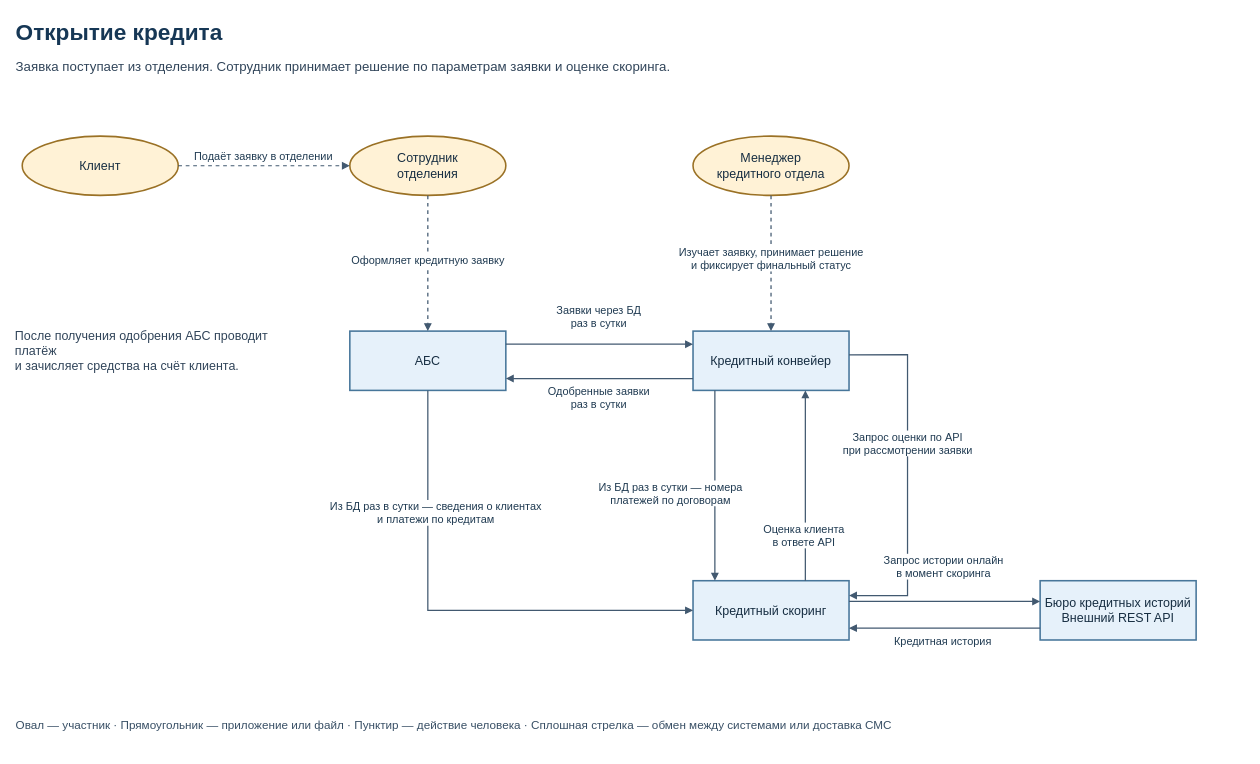
This is page "Открытие кредита" (2 of 2) of Task1/application-integrations.drawio from avitamin/architecture-pro-standart, a draw.io file, before an edit. Source tidied: cells renumbered, new cells numbered last; positions are measured from the earlier drawing's top-left corner, leaving out a move shared by most shapes. Both pictures are drawn from the tidied source at 78%, with x=0, y=0 at pixel (13, 13).
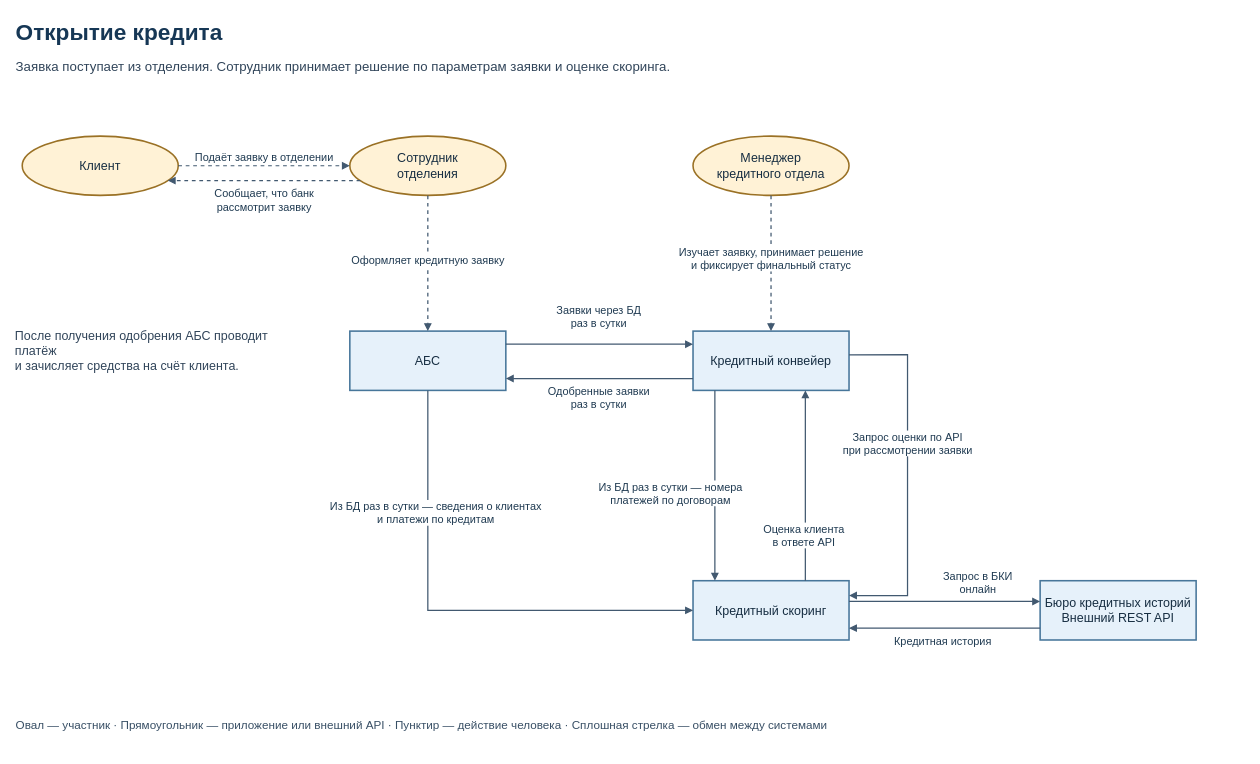
Above is the later version.

Unchanged cells that the change refers to:
```xml
<mxCell id="5" value="Клиент" style="ellipse;fillColor=#fff2d6;strokeColor=#9a7125;strokeWidth=2;fontSize=16;fontColor=#172e42;html=1;whiteSpace=wrap;fontFamily=Arial;" parent="1" vertex="1">
  <mxGeometry x="11" y="157" width="200" height="76" as="geometry" />
</mxCell>
<mxCell id="6" value="Сотрудник&lt;br&gt;отделения" style="ellipse;fillColor=#fff2d6;strokeColor=#9a7125;strokeWidth=2;fontSize=16;fontColor=#172e42;html=1;whiteSpace=wrap;fontFamily=Arial;" parent="1" vertex="1">
  <mxGeometry x="431" y="157" width="200" height="76" as="geometry" />
</mxCell>
<mxCell id="10" value="Кредитный скоринг" style="rounded=0;fillColor=#e6f1fa;strokeColor=#47769a;strokeWidth=2;fontSize=16;fontColor=#172e42;html=1;whiteSpace=wrap;fontFamily=Arial;" parent="1" vertex="1">
  <mxGeometry x="871" y="727" width="200" height="76" as="geometry" />
</mxCell>
<mxCell id="11" value="Бюро кредитных историй&lt;br&gt;Внешний REST API" style="rounded=0;fillColor=#e6f1fa;strokeColor=#47769a;strokeWidth=2;fontSize=16;fontColor=#172e42;html=1;whiteSpace=wrap;fontFamily=Arial;" parent="1" vertex="1">
  <mxGeometry x="1316" y="727" width="200" height="76" as="geometry" />
</mxCell>
```

Diff of the diagram source:
```diff
@@
-    <mxCell id="4" value="Овал — участник     ·     Прямоугольник — приложение или файл     ·     Пунктир — действие человека     ·     Сплошная стрелка — обмен между системами или доставка СМС" style="text;align=left;fontSize=15;fontColor=#384f65;html=1;whiteSpace=wrap;fontFamily=Arial;" parent="1" vertex="1">
+    <mxCell id="4" value="Овал — участник     ·     Прямоугольник — приложение или внешний API     ·     Пунктир — действие человека     ·     Сплошная стрелка — обмен между системами" style="text;align=left;fontSize=15;fontColor=#384f65;html=1;whiteSpace=wrap;fontFamily=Arial;" parent="1" vertex="1">
       <mxGeometry x="1" y="897" width="1580" height="48" as="geometry" />
     </mxCell>
@@
     <mxCell id="12" value="Подаёт заявку в отделении" style="exitX=1;exitY=0.5;entryX=0;entryY=0.5;exitPerimeter=1;entryPerimeter=1;rounded=0;endArrow=block;endFill=1;html=1;strokeWidth=1.6;strokeColor=#425970;dashed=1;fontSize=14;fontFamily=Arial;labelBackgroundColor=#ffffff;fontColor=#203b52;" parent="1" edge="1" source="5" target="6">
       <mxGeometry relative="1" as="geometry">
-        <mxPoint x="-1" y="-12" as="offset" />
+        <mxPoint y="-11" as="offset" />
       </mxGeometry>
     </mxCell>
@@
-    <mxCell id="22" value="Запрос истории онлайн&lt;br&gt;в момент скоринга" style="exitX=1;exitY=0.35;entryX=0;entryY=0.35;exitPerimeter=1;entryPerimeter=1;rounded=0;endArrow=block;endFill=1;html=1;strokeWidth=1.6;strokeColor=#425970;dashed=0;fontSize=14;fontFamily=Arial;labelBackgroundColor=#ffffff;fontColor=#203b52;" parent="1" edge="1" source="10" target="11">
+    <mxCell id="22" value="Запрос в БКИ&lt;br&gt;онлайн" style="exitX=1;exitY=0.35;entryX=0;entryY=0.35;exitPerimeter=1;entryPerimeter=1;rounded=0;endArrow=block;endFill=1;html=1;strokeWidth=1.6;strokeColor=#425970;dashed=0;fontSize=14;fontFamily=Arial;labelBackgroundColor=#ffffff;fontColor=#203b52;" parent="1" edge="1" source="10" target="11">
       <mxGeometry relative="1" as="geometry">
-        <mxPoint x="-2" y="-45" as="offset" />
+        <mxPoint x="42" y="-25" as="offset" />
       </mxGeometry>
     </mxCell>
@@
+    <mxCell id="24" value="Сообщает, что банк&lt;br&gt;рассмотрит заявку" style="exitX=0;exitY=0.8;entryX=1;entryY=0.8;exitPerimeter=1;entryPerimeter=1;rounded=0;endArrow=block;endFill=1;html=1;strokeWidth=1.6;strokeColor=#425970;dashed=1;fontSize=14;fontFamily=Arial;labelBackgroundColor=#ffffff;fontColor=#203b52;" parent="1" edge="1" source="6" target="5">
+      <mxGeometry relative="1" as="geometry">
+        <mxPoint y="25" as="offset" />
+      </mxGeometry>
+    </mxCell>
```
